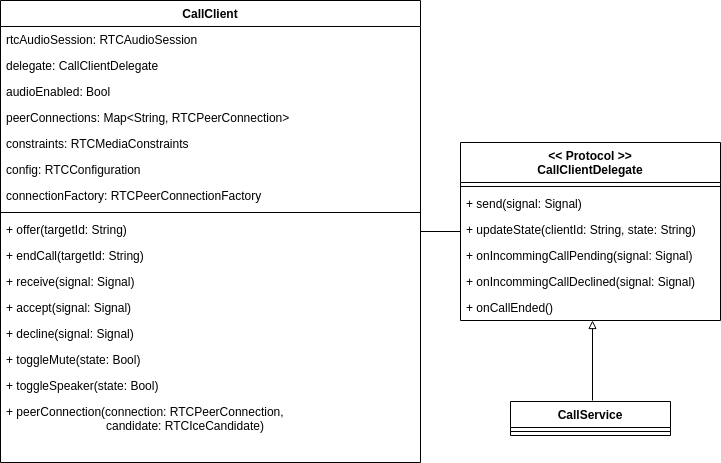
This is src/graphics/diagramms/Class_Mobile_Client_Signal_Processing.png from jsvilling/IP6_Bachelorarbeit_Bericht_Cloudbasiertes_Praxisrufsystem, a draw.io export, as it was before one commit. Source tidied: cells renumbered, new cells last; positions are measured from the earlier drawing's top-left corner, leaving out a move shared by most shapes.
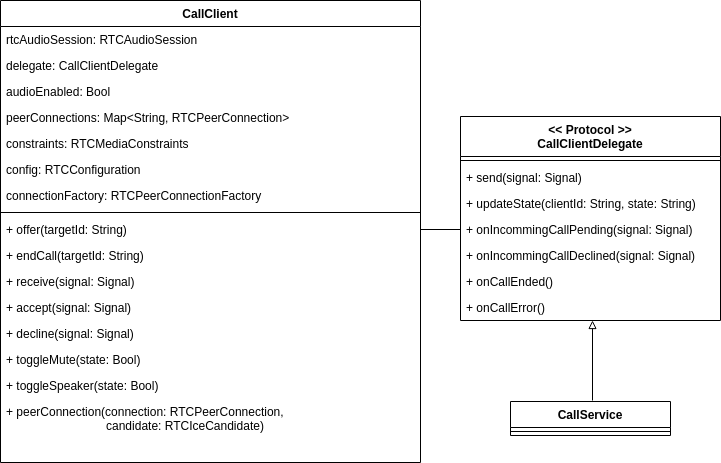
The same file after the commit.

Change to the diagram source:
```diff
@@ -57,7 +57,7 @@
       <mxGeometry y="436" width="420" height="26" as="geometry" />
     </mxCell>
     <mxCell id="20" value="&lt;&lt; Protocol &gt;&gt;&#10;CallClientDelegate" style="swimlane;fontStyle=1;align=center;verticalAlign=top;horizontal=1;startSize=40;" parent="1" vertex="1">
-      <mxGeometry x="460" y="142" width="260" height="178" as="geometry" />
+      <mxGeometry x="460" y="116" width="260" height="204" as="geometry" />
     </mxCell>
     <mxCell id="21" style="line;strokeWidth=1;fillColor=none;align=left;verticalAlign=middle;spacingTop=-1;spacingLeft=3;spacingRight=3;labelPosition=right;" parent="20" vertex="1">
       <mxGeometry y="40" width="260" height="8" as="geometry" />
@@ -77,9 +77,9 @@
     <mxCell id="26" value="+ onCallEnded()" style="text;strokeColor=none;fillColor=none;align=left;verticalAlign=top;spacingLeft=4;spacingRight=4;overflow=hidden;" parent="20" vertex="1">
       <mxGeometry y="152" width="260" height="26" as="geometry" />
     </mxCell>
-    <mxCell id="27" style="endArrow=none;html=1;rounded=0;" parent="1" edge="1" source="2" target="20">
-      <mxGeometry relative="1" as="geometry" />
-    </mxCell>
+    <mxCell id="31" value="+ onCallError()" style="text;strokeColor=none;fillColor=none;align=left;verticalAlign=top;spacingLeft=4;spacingRight=4;overflow=hidden;" parent="20" vertex="1">
+      <mxGeometry y="178" width="260" height="26" as="geometry" />
+    </mxCell>
     <mxCell id="28" value="CallService" style="swimlane;fontStyle=1;align=center;verticalAlign=top;horizontal=1;startSize=26;" parent="1" vertex="1">
       <mxGeometry x="510" y="401" width="160" height="34" as="geometry" />
     </mxCell>
@@ -92,5 +92,8 @@
         <mxPoint x="592" y="320" as="targetPoint" />
       </mxGeometry>
     </mxCell>
+    <mxCell id="32" style="edgeStyle=orthogonalEdgeStyle;rounded=0;jettySize=auto;html=1;entryX=1;entryY=0.5;entryDx=0;entryDy=0;endArrow=none;endFill=0;" parent="1" edge="1" source="24" target="11">
+      <mxGeometry relative="1" as="geometry" />
+    </mxCell>
   </root>
 </mxGraphModel>
```
